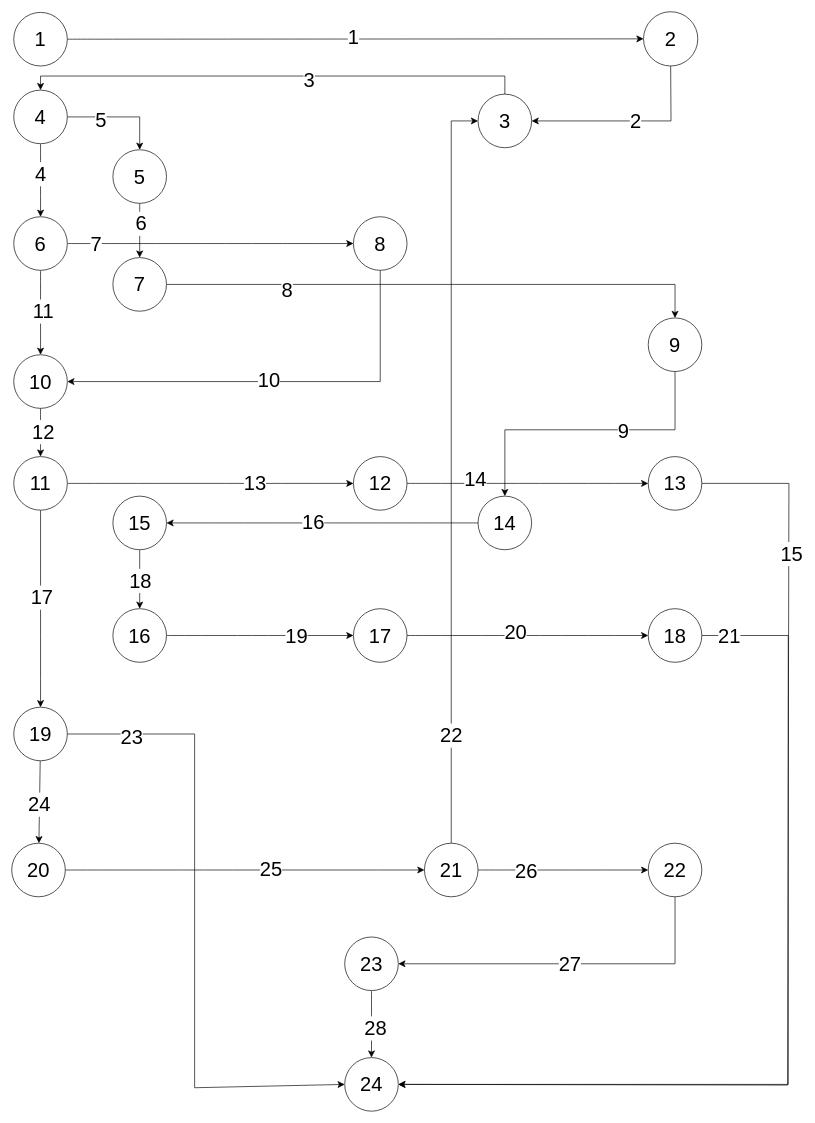
This is page "Center Point" (3 of 5) of white box.drawio from AmirRazer/DrawIoErd, a draw.io file, before an edit. Source tidied: cells renumbered, new cells numbered last; positions are measured from the earlier drawing's top-left corner, leaving out a move shared by most shapes. Both pictures are drawn from the tidied source at 67%, with x=0, y=0 at pixel (11, 11).
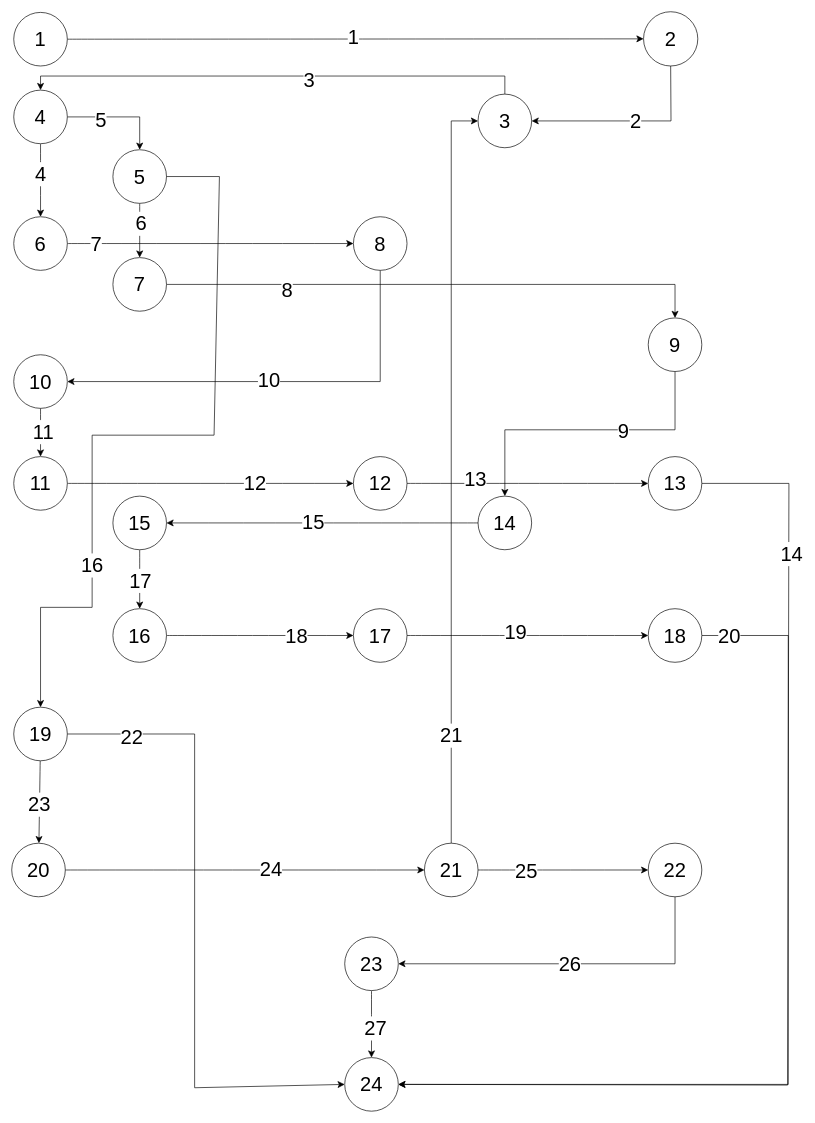
The same page after the edit.

Unchanged cells that the change refers to:
```xml
<mxCell id="18" value="5" style="ellipse;whiteSpace=wrap;html=1;fontSize=30;" parent="1" vertex="1">
  <mxGeometry x="151" y="206" width="80" height="80" as="geometry" />
</mxCell>
<mxCell id="23" value="6" style="ellipse;whiteSpace=wrap;html=1;fontSize=30;" parent="1" vertex="1">
  <mxGeometry x="3" y="306" width="80" height="80" as="geometry" />
</mxCell>
<mxCell id="27" style="edgeStyle=none;curved=1;rounded=0;jettySize=auto;html=1;fontSize=30;startSize=8;endSize=8;" parent="1" edge="1" source="29" target="34">
  <mxGeometry relative="1" as="geometry" />
</mxCell>
<mxCell id="29" value="10" style="ellipse;whiteSpace=wrap;html=1;fontSize=30;" parent="1" vertex="1">
  <mxGeometry x="3" y="512" width="80" height="80" as="geometry" />
</mxCell>
<mxCell id="32" style="edgeStyle=none;curved=1;rounded=0;jettySize=auto;html=1;entryX=0;entryY=0.5;entryDx=0;entryDy=0;fontSize=30;startSize=8;endSize=8;" parent="1" edge="1" source="34" target="54">
  <mxGeometry relative="1" as="geometry" />
</mxCell>
<mxCell id="34" value="11" style="ellipse;whiteSpace=wrap;html=1;fontSize=30;" parent="1" vertex="1">
  <mxGeometry x="3" y="664" width="80" height="80" as="geometry" />
</mxCell>
<mxCell id="35" style="edgeStyle=none;curved=1;rounded=0;jettySize=auto;html=1;entryX=0.5;entryY=0;entryDx=0;entryDy=0;fontSize=30;startSize=8;endSize=8;" parent="1" edge="1" source="37" target="40">
  <mxGeometry relative="1" as="geometry" />
</mxCell>
<mxCell id="38" style="edgeStyle=none;curved=1;rounded=0;jettySize=auto;html=1;entryX=0;entryY=0.5;entryDx=0;entryDy=0;fontSize=30;startSize=8;endSize=8;" parent="1" edge="1" source="40" target="60">
  <mxGeometry relative="1" as="geometry" />
</mxCell>
<mxCell id="41" style="edgeStyle=none;curved=1;rounded=0;jettySize=auto;html=1;fontSize=30;startSize=8;endSize=8;" parent="1" edge="1" source="45" target="48">
  <mxGeometry relative="1" as="geometry" />
</mxCell>
<mxCell id="43" style="edgeStyle=none;curved=0;rounded=0;jettySize=auto;html=1;entryX=0;entryY=0.5;entryDx=0;entryDy=0;fontSize=30;startSize=8;endSize=8;" parent="1" edge="1" source="45" target="69">
  <mxGeometry relative="1" as="geometry">
    <Array as="points">
      <mxPoint x="273" y="1078" />
      <mxPoint x="273" y="1606" />
    </Array>
  </mxGeometry>
</mxCell>
<mxCell id="45" value="19" style="ellipse;whiteSpace=wrap;html=1;fontSize=30;" parent="1" vertex="1">
  <mxGeometry x="3" y="1038" width="80" height="80" as="geometry" />
</mxCell>
<mxCell id="46" style="edgeStyle=none;curved=1;rounded=0;jettySize=auto;html=1;entryX=0;entryY=0.5;entryDx=0;entryDy=0;fontSize=30;startSize=8;endSize=8;" parent="1" edge="1" source="48" target="65">
  <mxGeometry relative="1" as="geometry" />
</mxCell>
<mxCell id="52" style="edgeStyle=none;curved=1;rounded=0;jettySize=auto;html=1;entryX=0;entryY=0.5;entryDx=0;entryDy=0;fontSize=30;startSize=8;endSize=8;" parent="1" edge="1" source="54" target="75">
  <mxGeometry relative="1" as="geometry" />
</mxCell>
<mxCell id="55" style="edgeStyle=none;curved=1;rounded=0;jettySize=auto;html=1;entryX=1;entryY=0.5;entryDx=0;entryDy=0;fontSize=30;startSize=8;endSize=8;" parent="1" edge="1" source="57" target="37">
  <mxGeometry relative="1" as="geometry" />
</mxCell>
<mxCell id="58" style="edgeStyle=none;curved=1;rounded=0;jettySize=auto;html=1;entryX=0;entryY=0.5;entryDx=0;entryDy=0;fontSize=30;startSize=8;endSize=8;" parent="1" edge="1" source="60" target="78">
  <mxGeometry relative="1" as="geometry" />
</mxCell>
<mxCell id="61" style="edgeStyle=none;curved=1;rounded=0;jettySize=auto;html=1;entryX=0;entryY=0.5;entryDx=0;entryDy=0;fontSize=30;startSize=8;endSize=8;" parent="1" edge="1" source="65" target="80">
  <mxGeometry relative="1" as="geometry" />
</mxCell>
<mxCell id="63" style="edgeStyle=none;curved=0;rounded=0;jettySize=auto;html=1;entryX=0;entryY=0.5;entryDx=0;entryDy=0;fontSize=30;startSize=8;endSize=8;" parent="1" edge="1" source="65" target="10">
  <mxGeometry relative="1" as="geometry">
    <Array as="points">
      <mxPoint x="656" y="163" />
    </Array>
  </mxGeometry>
</mxCell>
<mxCell id="66" style="edgeStyle=none;curved=1;rounded=0;jettySize=auto;html=1;entryX=0.5;entryY=0;entryDx=0;entryDy=0;fontSize=30;startSize=8;endSize=8;" parent="1" edge="1" source="68" target="69">
  <mxGeometry relative="1" as="geometry" />
</mxCell>
<mxCell id="68" value="23" style="ellipse;whiteSpace=wrap;html=1;fontSize=30;" parent="1" vertex="1">
  <mxGeometry x="497" y="1381" width="80" height="80" as="geometry" />
</mxCell>
<mxCell id="73" style="edgeStyle=none;curved=0;rounded=0;jettySize=auto;html=1;entryX=1;entryY=0.5;entryDx=0;entryDy=0;fontSize=30;startSize=8;endSize=8;exitX=1;exitY=0.5;exitDx=0;exitDy=0;" parent="1" edge="1" source="75" target="69">
  <mxGeometry relative="1" as="geometry">
    <Array as="points">
      <mxPoint x="1160" y="704" />
      <mxPoint x="1158" y="1602" />
    </Array>
  </mxGeometry>
</mxCell>
<mxCell id="76" style="edgeStyle=none;curved=0;rounded=0;jettySize=auto;html=1;entryX=1;entryY=0.5;entryDx=0;entryDy=0;fontSize=30;startSize=8;endSize=8;" parent="1" edge="1" source="78" target="69">
  <mxGeometry relative="1" as="geometry">
    <Array as="points">
      <mxPoint x="1159" y="931" />
      <mxPoint x="1159" y="1601" />
    </Array>
  </mxGeometry>
</mxCell>
<mxCell id="80" value="22" style="ellipse;whiteSpace=wrap;html=1;fontSize=30;" parent="1" vertex="1">
  <mxGeometry x="950" y="1241" width="80" height="80" as="geometry" />
</mxCell>
```

Change to the diagram source:
```diff
@@
-    <mxCell id="19" style="edgeStyle=none;curved=1;rounded=0;jettySize=auto;html=1;fontSize=30;startSize=8;endSize=8;" parent="1" edge="1" source="23" target="29">
-      <mxGeometry relative="1" as="geometry" />
-    </mxCell>
-    <mxCell id="20" value="11" style="edgeLabel;html=1;align=center;verticalAlign=middle;fontSize=30;" parent="19" vertex="1">
-      <mxGeometry x="-0.04" y="3" relative="1" as="geometry" />
-    </mxCell>
@@
-    <mxCell id="28" value="12" style="edgeLabel;html=1;align=center;verticalAlign=middle;fontSize=30;" parent="27" vertex="1">
+    <mxCell id="28" value="11" style="edgeLabel;html=1;align=center;verticalAlign=middle;fontSize=30;" parent="27" vertex="1">
       <mxGeometry x="-0.07" y="3" relative="1" as="geometry">
         <mxPoint y="1" as="offset" />
       </mxGeometry>
     </mxCell>
@@
-    <mxCell id="30" style="edgeStyle=none;curved=1;rounded=0;jettySize=auto;html=1;entryX=0.5;entryY=0;entryDx=0;entryDy=0;fontSize=30;startSize=8;endSize=8;" parent="1" edge="1" source="34" target="45">
-      <mxGeometry relative="1" as="geometry" />
+    <mxCell id="30" style="edgeStyle=none;curved=0;rounded=0;jettySize=auto;html=1;entryX=0.5;entryY=0;entryDx=0;entryDy=0;fontSize=30;startSize=8;endSize=8;exitX=1;exitY=0.5;exitDx=0;exitDy=0;" parent="1" edge="1" source="18" target="45">
+      <mxGeometry relative="1" as="geometry">
+        <Array as="points">
+          <mxPoint x="310" y="246" />
+          <mxPoint x="302" y="632" />
+          <mxPoint x="120" y="632" />
+          <mxPoint x="120" y="889" />
+          <mxPoint x="43" y="889" />
+        </Array>
+      </mxGeometry>
     </mxCell>
-    <mxCell id="31" value="17" style="edgeLabel;html=1;align=center;verticalAlign=middle;fontSize=30;" parent="30" vertex="1">
-      <mxGeometry x="-0.12" y="1" relative="1" as="geometry" />
+    <mxCell id="31" value="16" style="edgeLabel;html=1;align=center;verticalAlign=middle;fontSize=30;" parent="30" vertex="1">
+      <mxGeometry x="-0.12" y="1" relative="1" as="geometry">
+        <mxPoint x="-151" y="192" as="offset" />
+      </mxGeometry>
     </mxCell>
@@
-    <mxCell id="33" value="13" style="edgeLabel;html=1;align=center;verticalAlign=middle;fontSize=30;" parent="32" vertex="1">
+    <mxCell id="33" value="12" style="edgeLabel;html=1;align=center;verticalAlign=middle;fontSize=30;" parent="32" vertex="1">
       <mxGeometry x="0.31" y="1" relative="1" as="geometry">
         <mxPoint x="-1" as="offset" />
       </mxGeometry>
     </mxCell>
@@
-    <mxCell id="36" value="18" style="edgeLabel;html=1;align=center;verticalAlign=middle;fontSize=30;" parent="35" vertex="1">
+    <mxCell id="36" value="17" style="edgeLabel;html=1;align=center;verticalAlign=middle;fontSize=30;" parent="35" vertex="1">
       <mxGeometry x="0.01" relative="1" as="geometry">
         <mxPoint y="1" as="offset" />
       </mxGeometry>
     </mxCell>
@@
-    <mxCell id="39" value="19" style="edgeLabel;html=1;align=center;verticalAlign=middle;fontSize=30;" parent="38" vertex="1">
+    <mxCell id="39" value="18" style="edgeLabel;html=1;align=center;verticalAlign=middle;fontSize=30;" parent="38" vertex="1">
       <mxGeometry x="0.38" relative="1" as="geometry" />
     </mxCell>
@@
-    <mxCell id="42" value="24" style="edgeLabel;html=1;align=center;verticalAlign=middle;fontSize=30;" parent="41" vertex="1">
+    <mxCell id="42" value="23" style="edgeLabel;html=1;align=center;verticalAlign=middle;fontSize=30;" parent="41" vertex="1">
       <mxGeometry x="0.06" y="-1" relative="1" as="geometry" />
     </mxCell>
@@
-    <mxCell id="44" value="23" style="edgeLabel;html=1;align=center;verticalAlign=middle;fontSize=30;" parent="43" vertex="1">
+    <mxCell id="44" value="22" style="edgeLabel;html=1;align=center;verticalAlign=middle;fontSize=30;" parent="43" vertex="1">
       <mxGeometry x="-0.8" y="-3" relative="1" as="geometry">
         <mxPoint x="1" as="offset" />
       </mxGeometry>
     </mxCell>
@@
-    <mxCell id="47" value="25" style="edgeLabel;html=1;align=center;verticalAlign=middle;fontSize=30;" parent="46" vertex="1">
+    <mxCell id="47" value="24" style="edgeLabel;html=1;align=center;verticalAlign=middle;fontSize=30;" parent="46" vertex="1">
       <mxGeometry x="0.14" y="3" relative="1" as="geometry" />
     </mxCell>
@@
-    <mxCell id="53" value="14" style="edgeLabel;html=1;align=center;verticalAlign=middle;fontSize=30;" parent="52" vertex="1">
+    <mxCell id="53" value="13" style="edgeLabel;html=1;align=center;verticalAlign=middle;fontSize=30;" parent="52" vertex="1">
       <mxGeometry x="-0.44" y="7" relative="1" as="geometry" />
     </mxCell>
@@
-    <mxCell id="56" value="16" style="edgeLabel;html=1;align=center;verticalAlign=middle;fontSize=30;" parent="55" vertex="1">
+    <mxCell id="56" value="15" style="edgeLabel;html=1;align=center;verticalAlign=middle;fontSize=30;" parent="55" vertex="1">
       <mxGeometry x="0.06" y="-3" relative="1" as="geometry">
         <mxPoint x="-1" as="offset" />
       </mxGeometry>
     </mxCell>
@@
-    <mxCell id="59" value="20" style="edgeLabel;html=1;align=center;verticalAlign=middle;fontSize=30;" parent="58" vertex="1">
+    <mxCell id="59" value="19" style="edgeLabel;html=1;align=center;verticalAlign=middle;fontSize=30;" parent="58" vertex="1">
       <mxGeometry x="-0.1" y="7" relative="1" as="geometry">
         <mxPoint x="-1" as="offset" />
       </mxGeometry>
     </mxCell>
@@
-    <mxCell id="62" value="26" style="edgeLabel;html=1;align=center;verticalAlign=middle;fontSize=30;" parent="61" vertex="1">
+    <mxCell id="62" value="25" style="edgeLabel;html=1;align=center;verticalAlign=middle;fontSize=30;" parent="61" vertex="1">
       <mxGeometry x="-0.44" relative="1" as="geometry" />
     </mxCell>
@@
-    <mxCell id="64" value="22" style="edgeLabel;html=1;align=center;verticalAlign=middle;fontSize=30;" parent="63" vertex="1">
+    <mxCell id="64" value="21" style="edgeLabel;html=1;align=center;verticalAlign=middle;fontSize=30;" parent="63" vertex="1">
       <mxGeometry x="-0.71" y="1" relative="1" as="geometry" />
     </mxCell>
@@
-    <mxCell id="67" value="28" style="edgeLabel;html=1;align=center;verticalAlign=middle;fontSize=30;" parent="66" vertex="1">
+    <mxCell id="67" value="27" style="edgeLabel;html=1;align=center;verticalAlign=middle;fontSize=30;" parent="66" vertex="1">
       <mxGeometry x="0.09" y="5" relative="1" as="geometry" />
     </mxCell>
@@
-    <mxCell id="74" value="15" style="edgeLabel;html=1;align=center;verticalAlign=middle;fontSize=30;" parent="73" vertex="1">
+    <mxCell id="74" value="14" style="edgeLabel;html=1;align=center;verticalAlign=middle;fontSize=30;" parent="73" vertex="1">
       <mxGeometry x="-0.71" y="4" relative="1" as="geometry">
         <mxPoint y="1" as="offset" />
       </mxGeometry>
     </mxCell>
@@
-    <mxCell id="77" value="21" style="edgeLabel;html=1;align=center;verticalAlign=middle;fontSize=30;" parent="76" vertex="1">
+    <mxCell id="77" value="20" style="edgeLabel;html=1;align=center;verticalAlign=middle;fontSize=30;" parent="76" vertex="1">
       <mxGeometry x="-0.94" relative="1" as="geometry">
         <mxPoint x="-1" as="offset" />
       </mxGeometry>
     </mxCell>
@@
-    <mxCell id="79" value="27" style="edgeStyle=none;curved=0;rounded=0;jettySize=auto;html=1;entryX=1;entryY=0.5;entryDx=0;entryDy=0;fontSize=30;startSize=8;endSize=8;" parent="1" edge="1" source="80" target="68">
+    <mxCell id="79" value="26" style="edgeStyle=none;curved=0;rounded=0;jettySize=auto;html=1;entryX=1;entryY=0.5;entryDx=0;entryDy=0;fontSize=30;startSize=8;endSize=8;" parent="1" edge="1" source="80" target="68">
       <mxGeometry relative="1" as="geometry">
         <Array as="points">
           <mxPoint x="990" y="1421" />
         </Array>
       </mxGeometry>
     </mxCell>
```
